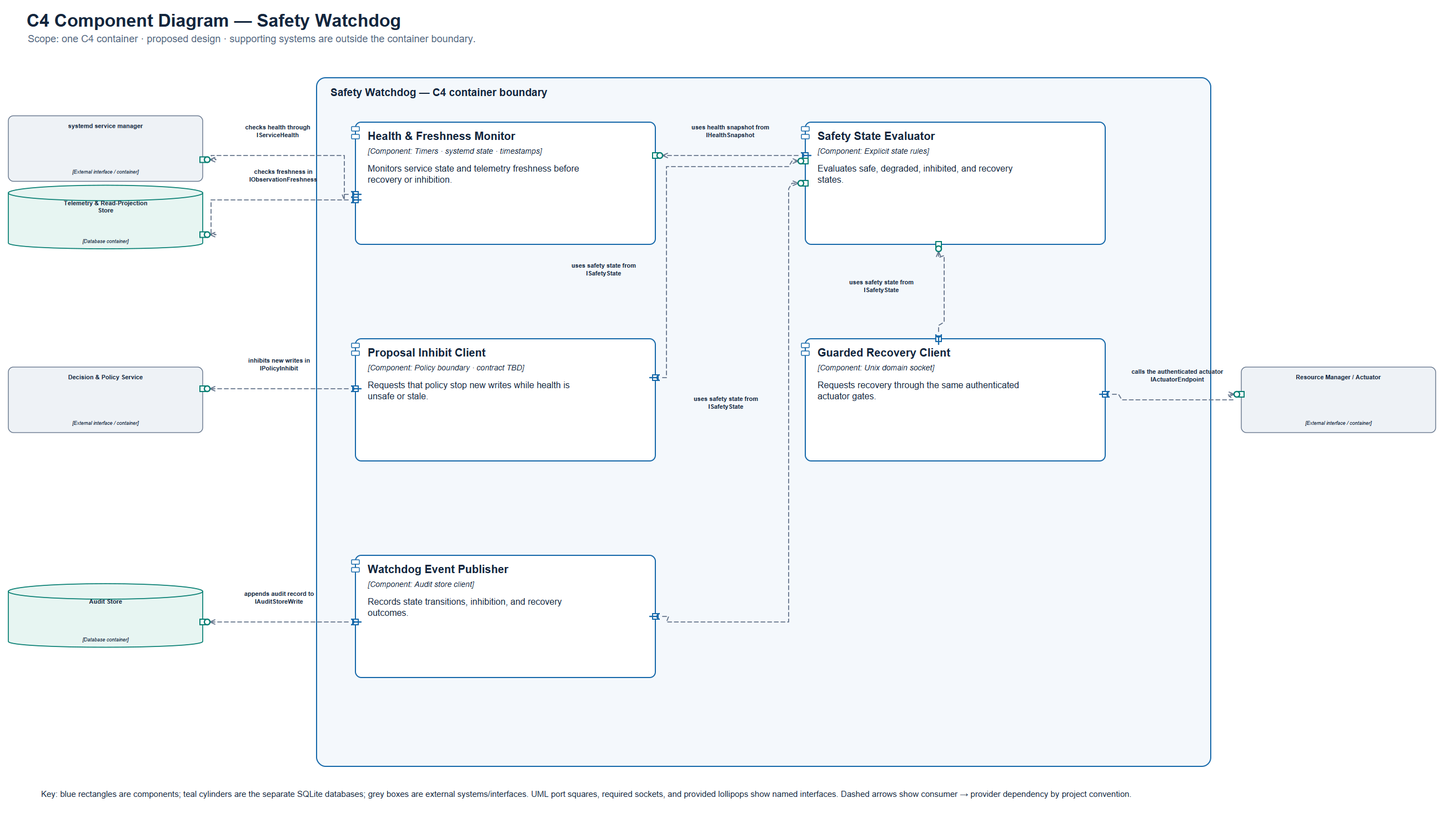
The PlantUML diagram documentation/architecture/c4/09_c4_safety_watchdog_components.png in Ammar-M-Eid/AIOS, before a commit. Its source is kept beside it as documentation/architecture/c4/09_c4_safety_watchdog_components.puml.
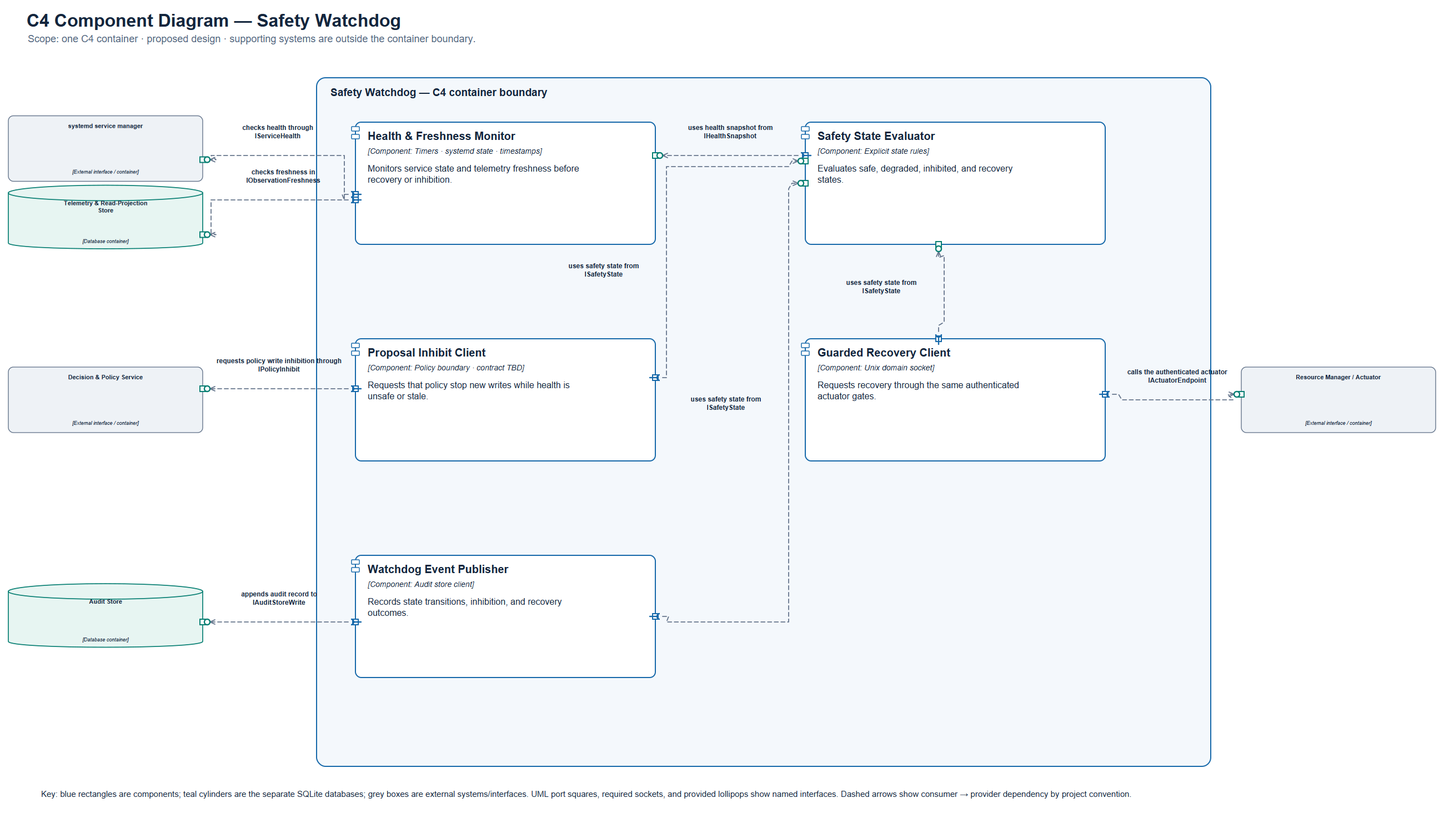
Above is the later version.

Change to the diagram source:
```diff
@@ -19,7 +19,7 @@
 Rel(C2, C1, "uses health snapshot from", "IHealthSnapshot", $tags="dashed")
 Rel(C3, C2, "uses safety state from", "ISafetyState", $tags="dashed")
 Rel(C4, C2, "uses safety state from", "ISafetyState", $tags="dashed")
-Rel(C3, S1, "inhibits new writes in", "IPolicyInhibit", $tags="dashed")
+Rel(C3, S1, "requests policy write inhibition through", "IPolicyInhibit", $tags="dashed")
 Rel(C4, S2, "calls the authenticated actuator", "IActuatorEndpoint", $tags="dashed")
 Rel(C5, C2, "uses safety state from", "ISafetyState", $tags="dashed")
 Rel(C5, S3, "appends audit record to", "IAuditStoreWrite", $tags="dashed")
```
